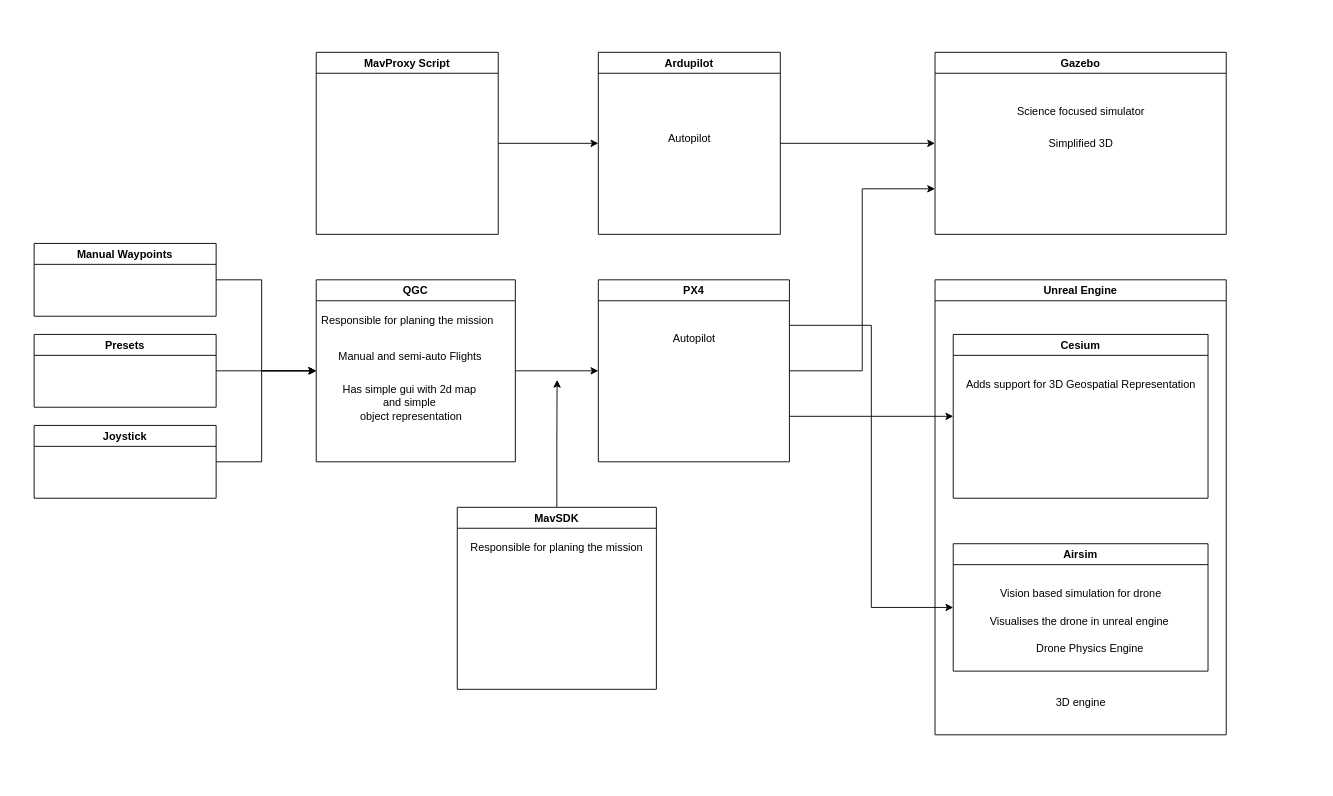
madatr/UTM-Diagrams keeps this draw.io diagram as Drone_sim.drawio. Above is the earlier version. Source tidied: cells renumbered, new cells numbered last; positions are measured from the earlier drawing's top-left corner, leaving out a move shared by most shapes. Both pictures are drawn from the tidied source at 91%, with x=0, y=0 at pixel (34, 52).
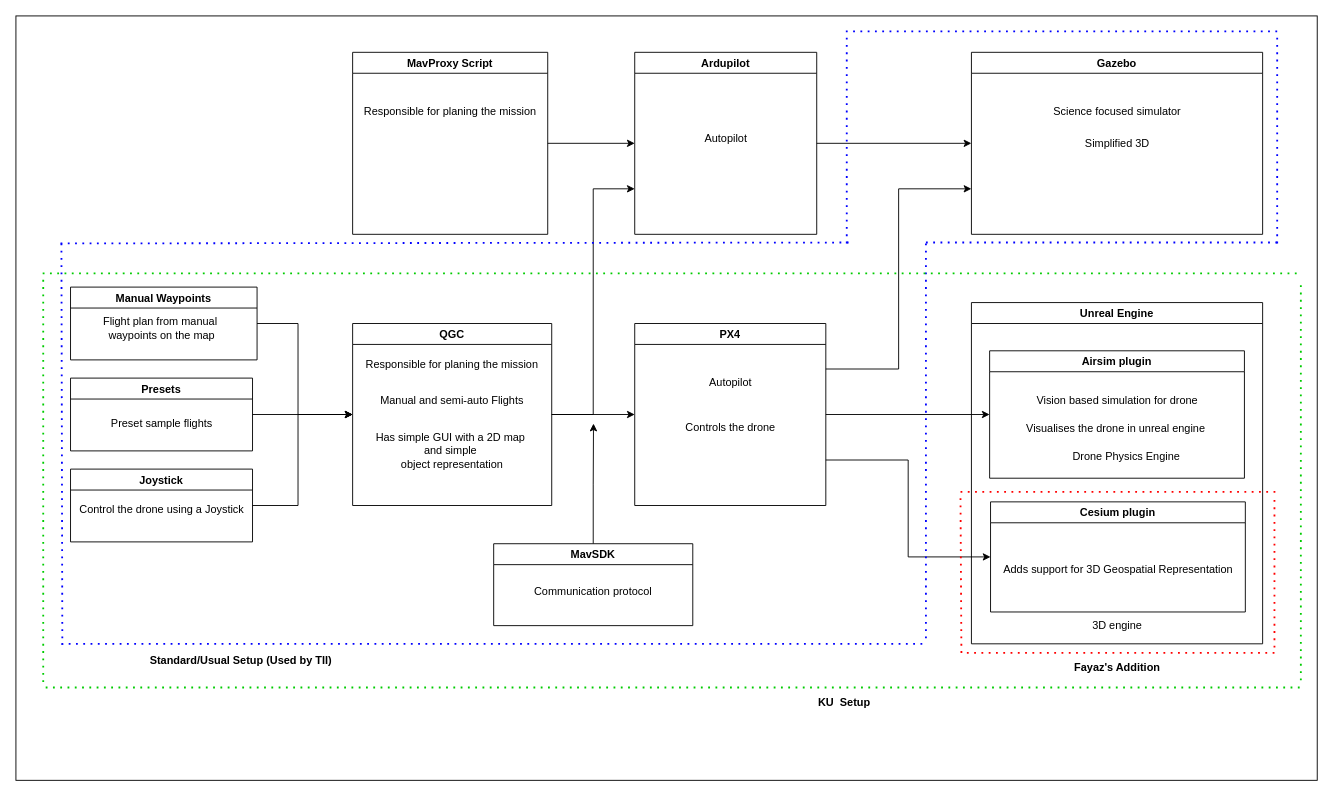
After the change.

The edit, as a diff of the source:
```diff
@@
+    <mxCell id="37" style="rounded=0;whiteSpace=wrap;html=1;fillColor=none;" parent="1" vertex="1">
+      <mxGeometry x="-20" y="-40" width="1430" height="840" as="geometry" />
+    </mxCell>
@@
+    <mxCell id="38" style="edgeStyle=orthogonalEdgeStyle;rounded=0;jettySize=auto;html=1;exitX=1;exitY=0.5;exitDx=0;exitDy=0;entryX=0;entryY=0.75;entryDx=0;entryDy=0;" parent="1" edge="1" source="3" target="16">
+      <mxGeometry relative="1" as="geometry" />
+    </mxCell>
     <mxCell id="3" value="QGC" style="swimlane;" parent="1" vertex="1">
-      <mxGeometry x="310" y="250" width="218.8" height="200" as="geometry" />
+      <mxGeometry x="350" y="298" width="218.8" height="200" as="geometry" />
     </mxCell>
     <mxCell id="4" value="Responsible for planing the mission" style="text;html=1;align=center;verticalAlign=middle;strokeColor=none;fillColor=none;" parent="3" vertex="1">
-      <mxGeometry x="-5" y="30" width="210" height="30" as="geometry" />
+      <mxGeometry x="4.4" y="30" width="210" height="30" as="geometry" />
     </mxCell>
     <mxCell id="5" value="Manual and semi-auto Flights" style="text;html=1;align=center;verticalAlign=middle;strokeColor=none;fillColor=none;" parent="3" vertex="1">
-      <mxGeometry x="12.5" y="70" width="180" height="30" as="geometry" />
+      <mxGeometry x="19.4" y="70" width="180" height="30" as="geometry" />
     </mxCell>
-    <mxCell id="6" value="Has simple gui with 2d map&amp;nbsp;&lt;div&gt;and simple&amp;nbsp;&lt;div&gt;object representation&lt;/div&gt;&lt;/div&gt;" style="text;html=1;align=center;verticalAlign=middle;strokeColor=none;fillColor=none;" parent="3" vertex="1">
-      <mxGeometry x="18.8" y="105" width="170" height="60" as="geometry" />
+    <mxCell id="6" value="Has simple GUI with a 2D map&amp;nbsp;&lt;div&gt;and simple&amp;nbsp;&lt;div&gt;object representation&lt;/div&gt;&lt;/div&gt;" style="text;html=1;align=center;verticalAlign=middle;strokeColor=none;fillColor=none;" parent="3" vertex="1">
+      <mxGeometry x="14.4" y="110" width="190" height="60" as="geometry" />
     </mxCell>
+    <mxCell id="8" style="edgeStyle=orthogonalEdgeStyle;rounded=0;jettySize=auto;html=1;exitX=1;exitY=0.25;exitDx=0;exitDy=0;entryX=0;entryY=0.75;entryDx=0;entryDy=0;" parent="1" edge="1" source="10" target="12">
+      <mxGeometry relative="1" as="geometry" />
+    </mxCell>
-    <mxCell id="7" style="edgeStyle=orthogonalEdgeStyle;rounded=0;jettySize=auto;html=1;exitX=1;exitY=0.75;exitDx=0;exitDy=0;entryX=0;entryY=0.5;entryDx=0;entryDy=0;" parent="1" edge="1" source="10" target="23">
+    <mxCell id="7" style="edgeStyle=orthogonalEdgeStyle;rounded=0;jettySize=auto;html=1;exitX=1;exitY=0.5;exitDx=0;exitDy=0;entryX=0;entryY=0.5;entryDx=0;entryDy=0;" parent="1" edge="1" source="10" target="23">
       <mxGeometry relative="1" as="geometry" />
     </mxCell>
-    <mxCell id="8" style="edgeStyle=orthogonalEdgeStyle;rounded=0;jettySize=auto;html=1;exitX=1;exitY=0.5;exitDx=0;exitDy=0;entryX=0;entryY=0.75;entryDx=0;entryDy=0;" parent="1" edge="1" source="10" target="12">
-      <mxGeometry relative="1" as="geometry" />
-    </mxCell>
-    <mxCell id="9" style="edgeStyle=orthogonalEdgeStyle;rounded=0;jettySize=auto;html=1;exitX=1;exitY=0.25;exitDx=0;exitDy=0;entryX=0;entryY=0.5;entryDx=0;entryDy=0;" parent="1" edge="1" source="10" target="21">
+    <mxCell id="9" style="edgeStyle=orthogonalEdgeStyle;rounded=0;jettySize=auto;html=1;exitX=1;exitY=0.75;exitDx=0;exitDy=0;entryX=0;entryY=0.5;entryDx=0;entryDy=0;" parent="1" edge="1" source="10" target="21">
       <mxGeometry relative="1" as="geometry" />
     </mxCell>
     <mxCell id="10" value="PX4" style="swimlane;" parent="1" vertex="1">
-      <mxGeometry x="620" y="250" width="210" height="200" as="geometry" />
+      <mxGeometry x="660" y="298" width="210" height="200" as="geometry" />
     </mxCell>
@@
+    <mxCell id="39" value="Controls the drone" style="text;html=1;align=center;verticalAlign=middle;strokeColor=none;fillColor=none;" parent="10" vertex="1">
+      <mxGeometry x="45" y="100" width="120" height="30" as="geometry" />
+    </mxCell>
     <mxCell id="12" value="Gazebo" style="swimlane;" parent="1" vertex="1">
-      <mxGeometry x="990" width="320" height="200" as="geometry" />
+      <mxGeometry x="1030" width="320" height="200" as="geometry" />
     </mxCell>
@@
     <mxCell id="16" value="Ardupilot" style="swimlane;" parent="1" vertex="1">
-      <mxGeometry x="620" width="200" height="200" as="geometry" />
+      <mxGeometry x="660" width="200" height="200" as="geometry" />
     </mxCell>
@@
     <mxCell id="19" value="MavProxy Script" style="swimlane;" parent="1" vertex="1">
-      <mxGeometry x="310" width="200" height="200" as="geometry" />
+      <mxGeometry x="350" width="214.4" height="200" as="geometry" />
     </mxCell>
+    <mxCell id="40" value="Responsible for planing the mission" style="text;html=1;align=center;verticalAlign=middle;strokeColor=none;fillColor=none;" parent="19" vertex="1">
+      <mxGeometry x="2.2" y="50" width="210" height="30" as="geometry" />
+    </mxCell>
     <mxCell id="20" value="Unreal Engine" style="swimlane;" parent="1" vertex="1">
-      <mxGeometry x="990" y="250" width="320" height="500" as="geometry" />
+      <mxGeometry x="1030" y="275" width="320" height="375" as="geometry" />
     </mxCell>
-    <mxCell id="21" value="Cesium" style="swimlane;" parent="20" vertex="1">
-      <mxGeometry x="20" y="60" width="280" height="180" as="geometry" />
-    </mxCell>
-    <mxCell id="22" value="Adds support for 3D Geospatial Representation" style="text;html=1;align=center;verticalAlign=middle;strokeColor=none;fillColor=none;" parent="21" vertex="1">
-      <mxGeometry y="40" width="280" height="30" as="geometry" />
-    </mxCell>
-    <mxCell id="23" value="Airsim" style="swimlane;" parent="20" vertex="1">
-      <mxGeometry x="20" y="290" width="280" height="140" as="geometry" />
+    <mxCell id="23" value="Airsim plugin" style="swimlane;" parent="20" vertex="1">
+      <mxGeometry x="20" y="53" width="280" height="140" as="geometry" />
     </mxCell>
@@
     <mxCell id="27" value="3D engine" style="text;html=1;align=center;verticalAlign=middle;strokeColor=none;fillColor=none;" parent="20" vertex="1">
-      <mxGeometry x="120" y="450" width="80" height="30" as="geometry" />
+      <mxGeometry x="120" y="340" width="80" height="30" as="geometry" />
     </mxCell>
+    <mxCell id="21" value="Cesium plugin" style="swimlane;" parent="20" vertex="1">
+      <mxGeometry x="21" y="219" width="280" height="121" as="geometry" />
+    </mxCell>
+    <mxCell id="22" value="Adds support for 3D Geospatial Representation" style="text;html=1;align=center;verticalAlign=middle;strokeColor=none;fillColor=none;" parent="21" vertex="1">
+      <mxGeometry y="60" width="280" height="30" as="geometry" />
+    </mxCell>
     <mxCell id="28" style="edgeStyle=orthogonalEdgeStyle;rounded=0;jettySize=auto;html=1;" parent="1" edge="1" source="29">
       <mxGeometry relative="1" as="geometry">
-        <mxPoint x="310" y="350" as="targetPoint" />
+        <mxPoint x="350" y="398" as="targetPoint" />
         <Array as="points">
-          <mxPoint x="250" y="250" />
-          <mxPoint x="250" y="350" />
+          <mxPoint x="290" y="298" />
+          <mxPoint x="290" y="398" />
         </Array>
       </mxGeometry>
     </mxCell>
     <mxCell id="29" value="Manual Waypoints" style="swimlane;" parent="1" vertex="1">
-      <mxGeometry y="210" width="200" height="80" as="geometry" />
+      <mxGeometry x="40" y="258" width="205" height="80" as="geometry" />
     </mxCell>
+    <mxCell id="41" value="Flight plan from manual&amp;nbsp;&lt;div&gt;waypoints on the map&lt;/div&gt;" style="text;html=1;align=center;verticalAlign=middle;strokeColor=none;fillColor=none;" parent="29" vertex="1">
+      <mxGeometry x="25" y="25" width="150" height="40" as="geometry" />
+    </mxCell>
     <mxCell id="30" style="edgeStyle=orthogonalEdgeStyle;rounded=0;jettySize=auto;html=1;exitX=1;exitY=0.5;exitDx=0;exitDy=0;entryX=0;entryY=0.5;entryDx=0;entryDy=0;" parent="1" edge="1" source="31" target="3">
       <mxGeometry relative="1" as="geometry">
         <Array as="points">
-          <mxPoint x="250" y="450" />
-          <mxPoint x="250" y="350" />
+          <mxPoint x="290" y="498" />
+          <mxPoint x="290" y="398" />
         </Array>
       </mxGeometry>
     </mxCell>
     <mxCell id="31" value="Joystick" style="swimlane;" parent="1" vertex="1">
-      <mxGeometry y="410" width="200" height="80" as="geometry" />
+      <mxGeometry x="40" y="458" width="200" height="80" as="geometry" />
     </mxCell>
+    <mxCell id="42" value="Control the drone using a Joystick" style="text;html=1;align=center;verticalAlign=middle;strokeColor=none;fillColor=none;" parent="31" vertex="1">
+      <mxGeometry y="30" width="200" height="30" as="geometry" />
+    </mxCell>
@@
     <mxCell id="33" value="Presets" style="swimlane;" parent="1" vertex="1">
-      <mxGeometry y="310" width="200" height="80" as="geometry" />
+      <mxGeometry x="40" y="358" width="200" height="80" as="geometry" />
     </mxCell>
+    <mxCell id="43" value="Preset sample flights" style="text;html=1;align=center;verticalAlign=middle;strokeColor=none;fillColor=none;" parent="33" vertex="1">
+      <mxGeometry x="35" y="35" width="130" height="30" as="geometry" />
+    </mxCell>
     <mxCell id="34" style="edgeStyle=orthogonalEdgeStyle;rounded=0;jettySize=auto;html=1;exitX=0.5;exitY=0;exitDx=0;exitDy=0;" parent="1" edge="1" source="35">
       <mxGeometry relative="1" as="geometry">
-        <mxPoint x="574.7" y="360" as="targetPoint" />
+        <mxPoint x="614.7" y="408" as="targetPoint" />
       </mxGeometry>
     </mxCell>
     <mxCell id="35" value="MavSDK" style="swimlane;" parent="1" vertex="1">
-      <mxGeometry x="465" y="500" width="218.8" height="200" as="geometry" />
+      <mxGeometry x="505" y="540" width="218.8" height="90" as="geometry" />
     </mxCell>
-    <mxCell id="36" value="Responsible for planing the mission" style="text;html=1;align=center;verticalAlign=middle;strokeColor=none;fillColor=none;" parent="35" vertex="1">
-      <mxGeometry x="4.4" y="30" width="210" height="30" as="geometry" />
+    <mxCell id="36" value="Communication protocol" style="text;html=1;align=center;verticalAlign=middle;strokeColor=none;fillColor=none;" parent="35" vertex="1">
+      <mxGeometry x="34.4" y="38" width="150" height="30" as="geometry" />
     </mxCell>
+    <mxCell id="44" style="endArrow=none;dashed=1;html=1;dashPattern=1 3;strokeWidth=2;rounded=0;strokeColor=#0000FF;" parent="1" edge="1">
+      <mxGeometry relative="1" as="geometry">
+        <mxPoint x="29" y="210" as="sourcePoint" />
+        <mxPoint x="899" y="209" as="targetPoint" />
+      </mxGeometry>
+    </mxCell>
+    <mxCell id="45" style="endArrow=none;dashed=1;html=1;dashPattern=1 3;strokeWidth=2;rounded=0;strokeColor=#0000FF;" parent="1" edge="1">
+      <mxGeometry relative="1" as="geometry">
+        <mxPoint x="900" y="-23" as="sourcePoint" />
+        <mxPoint x="1370" y="-23" as="targetPoint" />
+      </mxGeometry>
+    </mxCell>
+    <mxCell id="46" style="endArrow=none;dashed=1;html=1;dashPattern=1 3;strokeWidth=2;rounded=0;strokeColor=#0000FF;" parent="1" edge="1">
+      <mxGeometry relative="1" as="geometry">
+        <mxPoint x="1366" y="-16" as="sourcePoint" />
+        <mxPoint x="1366" y="210" as="targetPoint" />
+      </mxGeometry>
+    </mxCell>
+    <mxCell id="47" style="endArrow=none;dashed=1;html=1;dashPattern=1 3;strokeWidth=2;rounded=0;strokeColor=#0000FF;" parent="1" edge="1">
+      <mxGeometry relative="1" as="geometry">
+        <mxPoint x="30" y="650" as="sourcePoint" />
+        <mxPoint x="976" y="650" as="targetPoint" />
+      </mxGeometry>
+    </mxCell>
+    <mxCell id="48" style="endArrow=none;dashed=1;html=1;dashPattern=1 3;strokeWidth=2;rounded=0;strokeColor=#0000FF;" parent="1" edge="1">
+      <mxGeometry relative="1" as="geometry">
+        <mxPoint x="893" y="-24" as="sourcePoint" />
+        <mxPoint x="893" y="210" as="targetPoint" />
+      </mxGeometry>
+    </mxCell>
+    <mxCell id="49" style="endArrow=none;dashed=1;html=1;dashPattern=1 3;strokeWidth=2;rounded=0;strokeColor=#0000FF;" parent="1" edge="1">
+      <mxGeometry relative="1" as="geometry">
+        <mxPoint x="30" y="210" as="sourcePoint" />
+        <mxPoint x="31" y="651" as="targetPoint" />
+      </mxGeometry>
+    </mxCell>
+    <mxCell id="50" value="&lt;b&gt;Standard/Usual Setup (Used by TII)&lt;/b&gt;" style="text;html=1;align=center;verticalAlign=middle;strokeColor=none;fillColor=none;" parent="1" vertex="1">
+      <mxGeometry x="117" y="654" width="220" height="30" as="geometry" />
+    </mxCell>
+    <mxCell id="51" style="endArrow=none;dashed=1;html=1;dashPattern=1 3;strokeWidth=2;rounded=0;strokeColor=#FF0000;" parent="1" edge="1">
+      <mxGeometry relative="1" as="geometry">
+        <mxPoint x="1363" y="492" as="sourcePoint" />
+        <mxPoint x="1363" y="660" as="targetPoint" />
+      </mxGeometry>
+    </mxCell>
+    <mxCell id="52" style="endArrow=none;dashed=1;html=1;dashPattern=1 3;strokeWidth=2;rounded=0;strokeColor=#FF0000;" parent="1" edge="1">
+      <mxGeometry relative="1" as="geometry">
+        <mxPoint x="1018" y="490" as="sourcePoint" />
+        <mxPoint x="1019" y="660" as="targetPoint" />
+      </mxGeometry>
+    </mxCell>
+    <mxCell id="53" style="endArrow=none;dashed=1;html=1;dashPattern=1 3;strokeWidth=2;rounded=0;strokeColor=#FF0000;" parent="1" edge="1">
+      <mxGeometry relative="1" as="geometry">
+        <mxPoint x="1018" y="483" as="sourcePoint" />
+        <mxPoint x="1370" y="483" as="targetPoint" />
+      </mxGeometry>
+    </mxCell>
+    <mxCell id="54" style="endArrow=none;dashed=1;html=1;dashPattern=1 3;strokeWidth=2;rounded=0;strokeColor=#FF0000;" parent="1" edge="1">
+      <mxGeometry relative="1" as="geometry">
+        <mxPoint x="1025" y="660" as="sourcePoint" />
+        <mxPoint x="1367" y="660" as="targetPoint" />
+      </mxGeometry>
+    </mxCell>
+    <mxCell id="55" value="&lt;b&gt;Fayaz's Addition&lt;/b&gt;" style="text;html=1;align=center;verticalAlign=middle;strokeColor=none;fillColor=none;" parent="1" vertex="1">
+      <mxGeometry x="1130" y="661" width="120" height="30" as="geometry" />
+    </mxCell>
+    <mxCell id="56" style="endArrow=none;dashed=1;html=1;dashPattern=1 3;strokeWidth=2;rounded=0;strokeColor=#0000FF;" parent="1" edge="1">
+      <mxGeometry relative="1" as="geometry">
+        <mxPoint x="980" y="209" as="sourcePoint" />
+        <mxPoint x="1367" y="209" as="targetPoint" />
+      </mxGeometry>
+    </mxCell>
+    <mxCell id="57" style="endArrow=none;dashed=1;html=1;dashPattern=1 3;strokeWidth=2;rounded=0;strokeColor=#0000FF;" parent="1" edge="1">
+      <mxGeometry relative="1" as="geometry">
+        <mxPoint x="980" y="210" as="sourcePoint" />
+        <mxPoint x="980" y="650" as="targetPoint" />
+      </mxGeometry>
+    </mxCell>
+    <mxCell id="58" style="endArrow=none;dashed=1;html=1;dashPattern=1 3;strokeWidth=2;rounded=0;strokeColor=#00CC00;" parent="1" edge="1">
+      <mxGeometry relative="1" as="geometry">
+        <mxPoint x="9.4" y="243" as="sourcePoint" />
+        <mxPoint x="1390" y="243" as="targetPoint" />
+      </mxGeometry>
+    </mxCell>
+    <mxCell id="59" style="endArrow=none;dashed=1;html=1;dashPattern=1 3;strokeWidth=2;rounded=0;strokeColor=#00CC00;" parent="1" edge="1">
+      <mxGeometry relative="1" as="geometry">
+        <mxPoint x="12.7" y="698" as="sourcePoint" />
+        <mxPoint x="1393" y="698" as="targetPoint" />
+      </mxGeometry>
+    </mxCell>
+    <mxCell id="60" style="endArrow=none;dashed=1;html=1;dashPattern=1 3;strokeWidth=2;rounded=0;strokeColor=#00CC00;" parent="1" edge="1">
+      <mxGeometry relative="1" as="geometry">
+        <mxPoint x="10" y="692" as="sourcePoint" />
+        <mxPoint x="10" y="250" as="targetPoint" />
+      </mxGeometry>
+    </mxCell>
+    <mxCell id="61" style="endArrow=none;dashed=1;html=1;dashPattern=1 3;strokeWidth=2;rounded=0;strokeColor=#00CC00;" parent="1" edge="1">
+      <mxGeometry relative="1" as="geometry">
+        <mxPoint x="1392" y="690" as="sourcePoint" />
+        <mxPoint x="1392" y="250" as="targetPoint" />
+      </mxGeometry>
+    </mxCell>
+    <mxCell id="62" value="&lt;b&gt;KU&amp;nbsp; Setup&lt;/b&gt;" style="text;html=1;align=center;verticalAlign=middle;strokeColor=none;fillColor=none;" parent="1" vertex="1">
+      <mxGeometry x="850" y="700" width="80" height="30" as="geometry" />
+    </mxCell>
```
